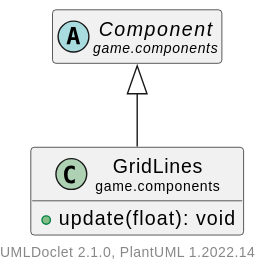
Hirschiii/JavaGameEngine keeps this PlantUML diagram as doc/javadoc/game/components/GridLines.svg. Above is the earlier version. The source it was exported from:
```plantuml
@startuml
    set namespaceSeparator none
    hide empty fields
    hide empty methods

    class "<size:14>GridLines\n<size:10>game.components" as game.components.GridLines [[GridLines.html]] {
        +update(float): void
    }

    abstract class "<size:14>Component\n<size:10>game.components" as game.components.Component [[Component.html]]

    game.components.Component <|-- game.components.GridLines

    center footer UMLDoclet 2.1.0, PlantUML %version()
@enduml
```
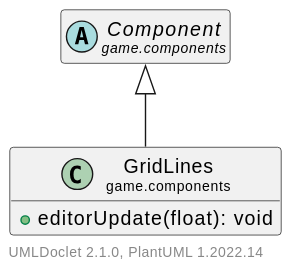
The same file after the commit.

Change to the diagram source:
```diff
@@ -4,7 +4,7 @@
     hide empty methods
 
     class "<size:14>GridLines\n<size:10>game.components" as game.components.GridLines [[GridLines.html]] {
-        +update(float): void
+        +editorUpdate(float): void
     }
 
     abstract class "<size:14>Component\n<size:10>game.components" as game.components.Component [[Component.html]]
```
